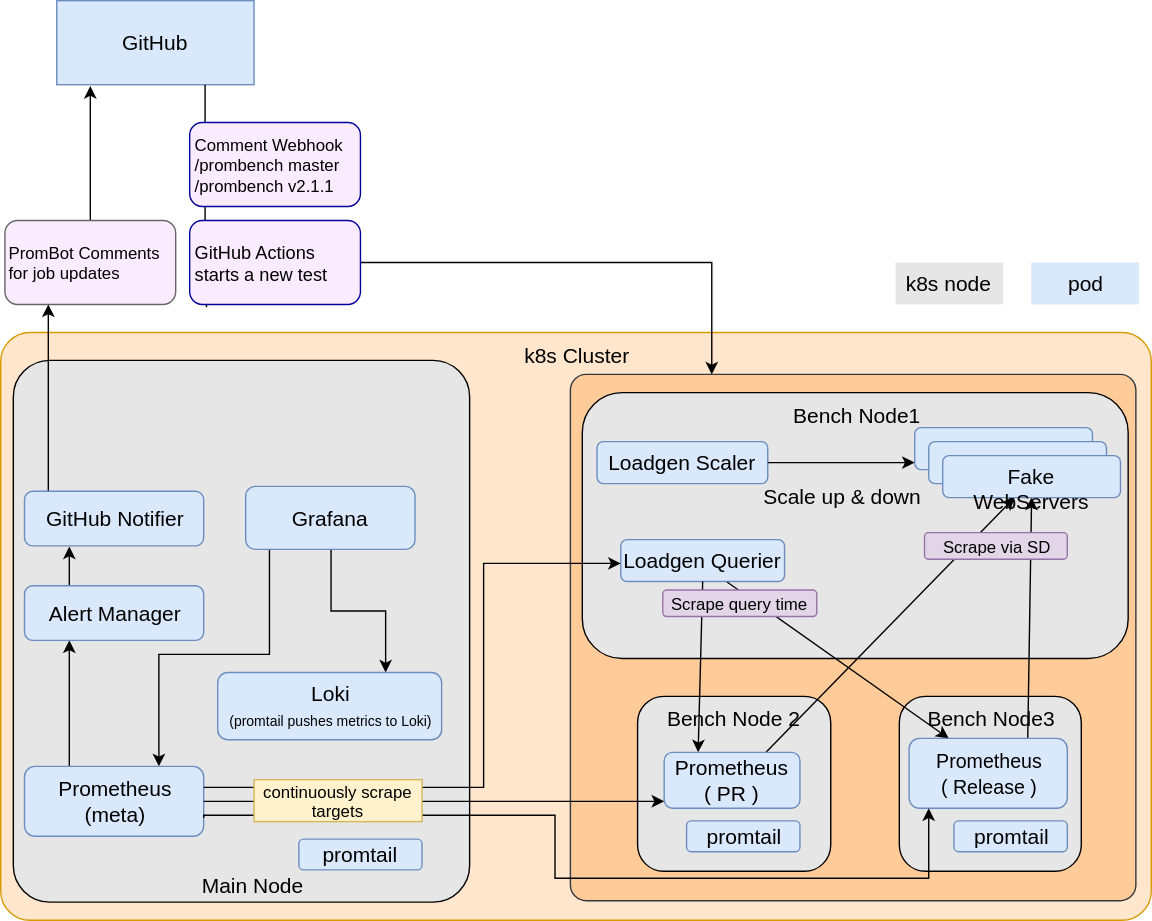
Earlier version of the draw.io export prombench/design.svg (prometheus/test-infra). Source tidied: cells renumbered, new cells last; positions are measured from the earlier drawing's top-left corner, leaving out a move shared by most shapes.
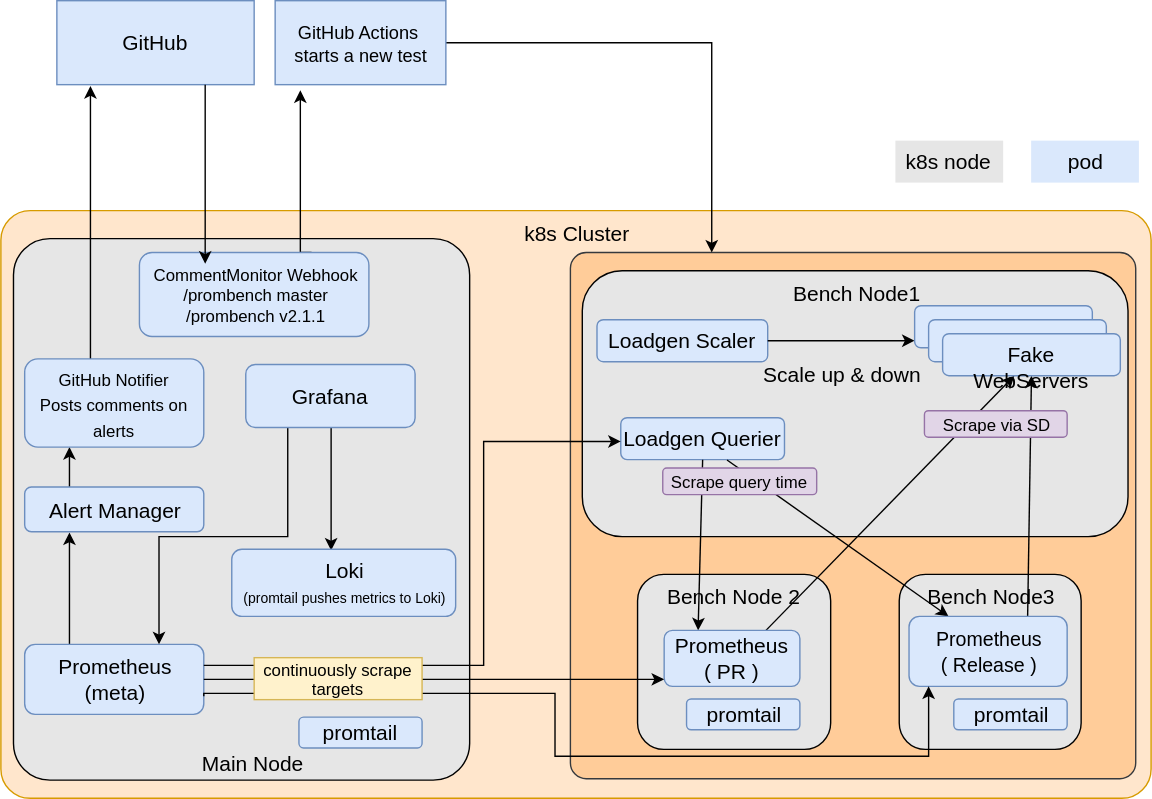
After the change.

Commit message:
[WIP] Added webhook support for commentMonitor (#298)

The edit, as a diff of the source:
```diff
@@ -9,7 +9,7 @@
       <mxGeometry x="407" y="267" width="404" height="376" as="geometry" />
     </mxCell>
     <mxCell id="4" value="GitHub" style="rounded=0;whiteSpace=wrap;html=1;fontSize=15;fontColor=#000000;fillColor=#dae8fc;strokeColor=#6c8ebf;" parent="1" vertex="1">
-      <mxGeometry x="40" width="141" height="60" as="geometry" />
+      <mxGeometry x="40" y="87" width="141" height="60" as="geometry" />
     </mxCell>
     <mxCell id="5" value="&amp;nbsp; &amp;nbsp; Main Node" style="rounded=1;whiteSpace=wrap;html=1;labelBackgroundColor=none;fillColor=#E6E6E6;strokeColor=#000000;verticalAlign=bottom;fontSize=15;fontColor=#000000;arcSize=8;align=center;" parent="1" vertex="1">
       <mxGeometry x="9" y="257" width="326" height="387" as="geometry" />
@@ -17,40 +17,31 @@
     <mxCell id="6" style="edgeStyle=orthogonalEdgeStyle;rounded=0;jumpStyle=none;jettySize=auto;html=1;exitX=0.25;exitY=0;exitDx=0;exitDy=0;entryX=0.25;entryY=1;entryDx=0;entryDy=0;startArrow=none;startFill=0;endArrow=classic;endFill=1;" parent="1" edge="1" source="8" target="18">
       <mxGeometry relative="1" as="geometry" />
     </mxCell>
-    <mxCell id="7" style="edgeStyle=orthogonalEdgeStyle;rounded=0;jumpStyle=none;jettySize=auto;html=1;exitX=0.75;exitY=0;exitDx=0;exitDy=0;entryX=0.25;entryY=1;entryDx=0;entryDy=0;startArrow=classic;startFill=1;endArrow=none;endFill=0;" parent="1" edge="1" source="8" target="10">
-      <mxGeometry relative="1" as="geometry">
-        <Array as="points">
-          <mxPoint x="113" y="467" />
-          <mxPoint x="192" y="467" />
-        </Array>
-      </mxGeometry>
-    </mxCell>
     <mxCell id="8" value="Prometheus&lt;br&gt;(meta)" style="rounded=1;whiteSpace=wrap;html=1;fontSize=15;fontColor=#000000;fillColor=#dae8fc;strokeColor=#6c8ebf;align=center;" parent="1" vertex="1">
       <mxGeometry x="17" y="547" width="128" height="50" as="geometry" />
     </mxCell>
+    <mxCell id="50" style="edgeStyle=orthogonalEdgeStyle;rounded=0;jettySize=auto;html=1;exitX=0.25;exitY=1;exitDx=0;exitDy=0;entryX=0.75;entryY=0;entryDx=0;entryDy=0;" parent="1" edge="1" source="10" target="8">
+      <mxGeometry relative="1" as="geometry" />
+    </mxCell>
-    <mxCell id="9" style="edgeStyle=orthogonalEdgeStyle;rounded=0;jumpStyle=none;jettySize=auto;html=1;exitX=0.5;exitY=1;exitDx=0;exitDy=0;entryX=0.75;entryY=0;entryDx=0;entryDy=0;startArrow=none;startFill=0;endArrow=classic;endFill=1;" parent="1" edge="1" source="10" target="40">
+    <mxCell id="9" style="edgeStyle=orthogonalEdgeStyle;rounded=0;jettySize=auto;html=1;exitX=0.5;exitY=1;exitDx=0;exitDy=0;entryX=0.444;entryY=0.021;entryDx=0;entryDy=0;entryPerimeter=0;" parent="1" edge="1" source="10" target="40">
       <mxGeometry relative="1" as="geometry" />
     </mxCell>
     <mxCell id="10" value="Grafana" style="rounded=1;whiteSpace=wrap;html=1;fontSize=15;fontColor=#000000;fillColor=#dae8fc;strokeColor=#6c8ebf;" parent="1" vertex="1">
       <mxGeometry x="175" y="347" width="121" height="45" as="geometry" />
     </mxCell>
-    <mxCell id="11" style="edgeStyle=orthogonalEdgeStyle;rounded=0;html=1;exitX=0.75;exitY=1;entryX=0.098;entryY=1.033;jettySize=auto;fontSize=15;entryDx=0;entryDy=0;entryPerimeter=0;endArrow=none;endFill=0;" parent="1" edge="1" source="4" target="39">
-      <mxGeometry relative="1" as="geometry">
-        <Array as="points">
-          <mxPoint x="146" y="167" />
-          <mxPoint x="148" y="167" />
-        </Array>
-      </mxGeometry>
-    </mxCell>
+    <mxCell id="51" style="edgeStyle=orthogonalEdgeStyle;rounded=0;jettySize=auto;html=1;exitX=0.75;exitY=0;exitDx=0;exitDy=0;entryX=0.148;entryY=1.067;entryDx=0;entryDy=0;entryPerimeter=0;" parent="1" edge="1" source="12" target="39">
+      <mxGeometry relative="1" as="geometry">
+        <Array as="points">
+          <mxPoint x="214" y="267" />
+        </Array>
+      </mxGeometry>
+    </mxCell>
-    <mxCell id="12" value="&lt;div&gt;&lt;span&gt;Comment Webhook&lt;/span&gt;&lt;/div&gt;&lt;div&gt;&lt;span&gt;/prombench master&lt;/span&gt;&lt;/div&gt;&lt;span&gt;&lt;div&gt;&lt;span&gt;/prombench v&lt;/span&gt;&lt;span&gt;2.1.1&lt;/span&gt;&lt;/div&gt;&lt;/span&gt;" style="rounded=1;whiteSpace=wrap;html=1;labelBackgroundColor=none;fillColor=#FBEBFF;strokeColor=#000099;spacingTop=0;spacingLeft=1;align=left;" parent="1" vertex="1">
-      <mxGeometry x="135" y="87" width="122" height="60" as="geometry" />
+    <mxCell id="12" value="&lt;div&gt;&lt;span&gt;CommentMonitor Webhook&lt;/span&gt;&lt;/div&gt;&lt;div&gt;&lt;span&gt;/prombench master&lt;/span&gt;&lt;/div&gt;&lt;span&gt;&lt;div&gt;&lt;span&gt;/prombench v&lt;/span&gt;&lt;span&gt;2.1.1&lt;/span&gt;&lt;/div&gt;&lt;/span&gt;" style="rounded=1;whiteSpace=wrap;html=1;labelBackgroundColor=none;fillColor=#dae8fc;strokeColor=#6c8ebf;spacingTop=0;spacingLeft=1;align=center;" parent="1" vertex="1">
+      <mxGeometry x="99" y="267" width="164" height="60" as="geometry" />
     </mxCell>
-    <mxCell id="13" style="edgeStyle=orthogonalEdgeStyle;rounded=0;jumpStyle=none;jettySize=auto;html=1;exitX=0.5;exitY=0;exitDx=0;exitDy=0;entryX=0.17;entryY=1.017;entryDx=0;entryDy=0;entryPerimeter=0;startArrow=none;startFill=0;endArrow=classic;endFill=1;" parent="1" edge="1" source="14" target="4">
+    <mxCell id="13" style="edgeStyle=orthogonalEdgeStyle;rounded=0;jumpStyle=none;jettySize=auto;html=1;exitX=0.367;exitY=0.063;exitDx=0;exitDy=0;entryX=0.17;entryY=1.017;entryDx=0;entryDy=0;entryPerimeter=0;startArrow=none;startFill=0;endArrow=classic;endFill=1;exitPerimeter=0;" parent="1" edge="1" source="45" target="4">
       <mxGeometry relative="1" as="geometry" />
     </mxCell>
-    <mxCell id="14" value="PromBot Comments&lt;br&gt;for job updates" style="rounded=1;whiteSpace=wrap;html=1;labelBackgroundColor=none;fillColor=#FBEBFF;strokeColor=#666666;align=left;" parent="1" vertex="1">
-      <mxGeometry x="3" y="157" width="122" height="60" as="geometry" />
-    </mxCell>
     <mxCell id="15" value="pod" style="rounded=0;whiteSpace=wrap;html=1;glass=0;labelBackgroundColor=none;fillColor=#DAE8FC;fontSize=15;fontColor=#000000;strokeColor=none;" parent="1" vertex="1">
       <mxGeometry x="736.3" y="187" width="77" height="30" as="geometry" />
     </mxCell>
@@ -61,7 +52,7 @@
       <mxGeometry relative="1" as="geometry" />
     </mxCell>
     <mxCell id="18" value="Alert Manager&lt;br&gt;" style="rounded=1;whiteSpace=wrap;html=1;fontSize=15;fontColor=#000000;fillColor=#dae8fc;strokeColor=#6c8ebf;" parent="1" vertex="1">
-      <mxGeometry x="17" y="418" width="128" height="39" as="geometry" />
+      <mxGeometry x="17" y="434.5" width="128" height="32" as="geometry" />
     </mxCell>
     <mxCell id="19" value="Bench Node3&lt;br&gt;&lt;br&gt;&lt;br&gt;" style="rounded=1;whiteSpace=wrap;html=1;fontSize=15;fontColor=#000000;verticalAlign=top;fillColor=#E6E6E6;" parent="1" vertex="1">
       <mxGeometry x="642" y="497" width="130" height="125" as="geometry" />
@@ -125,11 +116,11 @@
     <mxCell id="38" style="edgeStyle=orthogonalEdgeStyle;rounded=0;jettySize=auto;html=1;exitX=1;exitY=0.5;exitDx=0;exitDy=0;entryX=0.25;entryY=0;entryDx=0;entryDy=0;endArrow=classic;endFill=1;" parent="1" edge="1" source="39" target="3">
       <mxGeometry relative="1" as="geometry" />
     </mxCell>
-    <mxCell id="39" value="&lt;div style=&quot;font-size: 13px&quot;&gt;&lt;font style=&quot;font-size: 13px&quot;&gt;GitHub Actions&amp;nbsp;&lt;/font&gt;&lt;/div&gt;&lt;div style=&quot;font-size: 13px&quot;&gt;&lt;font style=&quot;font-size: 13px&quot;&gt;starts a new test&lt;/font&gt;&lt;br&gt;&lt;/div&gt;" style="rounded=1;whiteSpace=wrap;html=1;labelBackgroundColor=none;fillColor=#FBEBFF;strokeColor=#000099;spacingTop=0;spacingLeft=1;align=left;" parent="1" vertex="1">
-      <mxGeometry x="135" y="157" width="122" height="60" as="geometry" />
+    <mxCell id="39" value="&lt;div style=&quot;font-size: 13px&quot;&gt;&lt;font style=&quot;font-size: 13px&quot;&gt;GitHub Actions&amp;nbsp;&lt;/font&gt;&lt;/div&gt;&lt;div style=&quot;font-size: 13px&quot;&gt;&lt;font style=&quot;font-size: 13px&quot;&gt;starts a new test&lt;/font&gt;&lt;br&gt;&lt;/div&gt;" style="rounded=0;whiteSpace=wrap;html=1;labelBackgroundColor=none;fillColor=#dae8fc;strokeColor=#6c8ebf;spacingTop=0;spacingLeft=1;align=center;" parent="1" vertex="1">
+      <mxGeometry x="196" y="87" width="122" height="60" as="geometry" />
     </mxCell>
     <mxCell id="40" value="&lt;font&gt;Loki&lt;br&gt;&lt;font style=&quot;font-size: 10px&quot;&gt;(promtail pushes metrics to Loki)&lt;/font&gt;&lt;/font&gt;" style="rounded=1;whiteSpace=wrap;html=1;fontSize=15;fontColor=#000000;fillColor=#dae8fc;strokeColor=#6c8ebf;align=center;" parent="1" vertex="1">
-      <mxGeometry x="155" y="480" width="160" height="48" as="geometry" />
+      <mxGeometry x="165" y="479" width="160" height="48" as="geometry" />
     </mxCell>
     <mxCell id="41" value="promtail" style="rounded=1;whiteSpace=wrap;html=1;fontSize=15;fontColor=#000000;fillColor=#dae8fc;strokeColor=#6c8ebf;verticalAlign=middle;" parent="1" vertex="1">
       <mxGeometry x="213" y="599" width="88" height="22" as="geometry" />
@@ -140,15 +131,8 @@
     <mxCell id="43" value="promtail" style="rounded=1;whiteSpace=wrap;html=1;fontSize=15;fontColor=#000000;fillColor=#dae8fc;strokeColor=#6c8ebf;" parent="1" vertex="1">
       <mxGeometry x="681" y="586" width="81" height="22" as="geometry" />
     </mxCell>
-    <mxCell id="44" style="edgeStyle=orthogonalEdgeStyle;rounded=0;jumpStyle=none;jettySize=auto;html=1;exitX=0;exitY=0.25;exitDx=0;exitDy=0;entryX=0.25;entryY=1;entryDx=0;entryDy=0;startArrow=none;startFill=0;endArrow=classic;endFill=1;" parent="1" edge="1" source="45" target="14">
-      <mxGeometry relative="1" as="geometry">
-        <Array as="points">
-          <mxPoint x="34" y="360" />
-        </Array>
-      </mxGeometry>
-    </mxCell>
-    <mxCell id="45" value="GitHub Notifier" style="rounded=1;whiteSpace=wrap;html=1;fontSize=15;fontColor=#000000;fillColor=#dae8fc;strokeColor=#6c8ebf;align=center;" parent="1" vertex="1">
-      <mxGeometry x="17" y="350.5" width="128" height="39" as="geometry" />
+    <mxCell id="45" value="&lt;font style=&quot;font-size: 12px&quot;&gt;GitHub Notifier&lt;br&gt;Posts comments on alerts&lt;br&gt;&lt;/font&gt;" style="rounded=1;whiteSpace=wrap;html=1;fontSize=15;fontColor=#000000;fillColor=#dae8fc;strokeColor=#6c8ebf;align=center;" parent="1" vertex="1">
+      <mxGeometry x="17" y="343" width="128" height="63" as="geometry" />
     </mxCell>
     <mxCell id="46" style="edgeStyle=orthogonalEdgeStyle;rounded=0;jumpStyle=none;orthogonalLoop=1;jettySize=auto;html=1;exitX=1;exitY=0.25;exitDx=0;exitDy=0;entryX=0;entryY=0.5;entryDx=0;entryDy=0;startArrow=none;startFill=0;endArrow=classic;endFill=1;" parent="1" edge="1">
       <mxGeometry relative="1" as="geometry">
@@ -180,5 +164,13 @@
     <mxCell id="49" value="continuously scrape targets" style="rounded=0;whiteSpace=wrap;html=1;fillColor=#fff2cc;strokeColor=#d6b656;" parent="1" vertex="1">
       <mxGeometry x="181" y="556.5" width="120" height="30" as="geometry" />
     </mxCell>
+    <mxCell id="52" style="edgeStyle=orthogonalEdgeStyle;rounded=0;jettySize=auto;html=1;exitX=0.75;exitY=1;exitDx=0;exitDy=0;" parent="1" edge="1" source="4">
+      <mxGeometry relative="1" as="geometry">
+        <mxPoint x="146" y="275" as="targetPoint" />
+        <Array as="points">
+          <mxPoint x="146" y="275" />
+        </Array>
+      </mxGeometry>
+    </mxCell>
   </root>
 </mxGraphModel>
```
